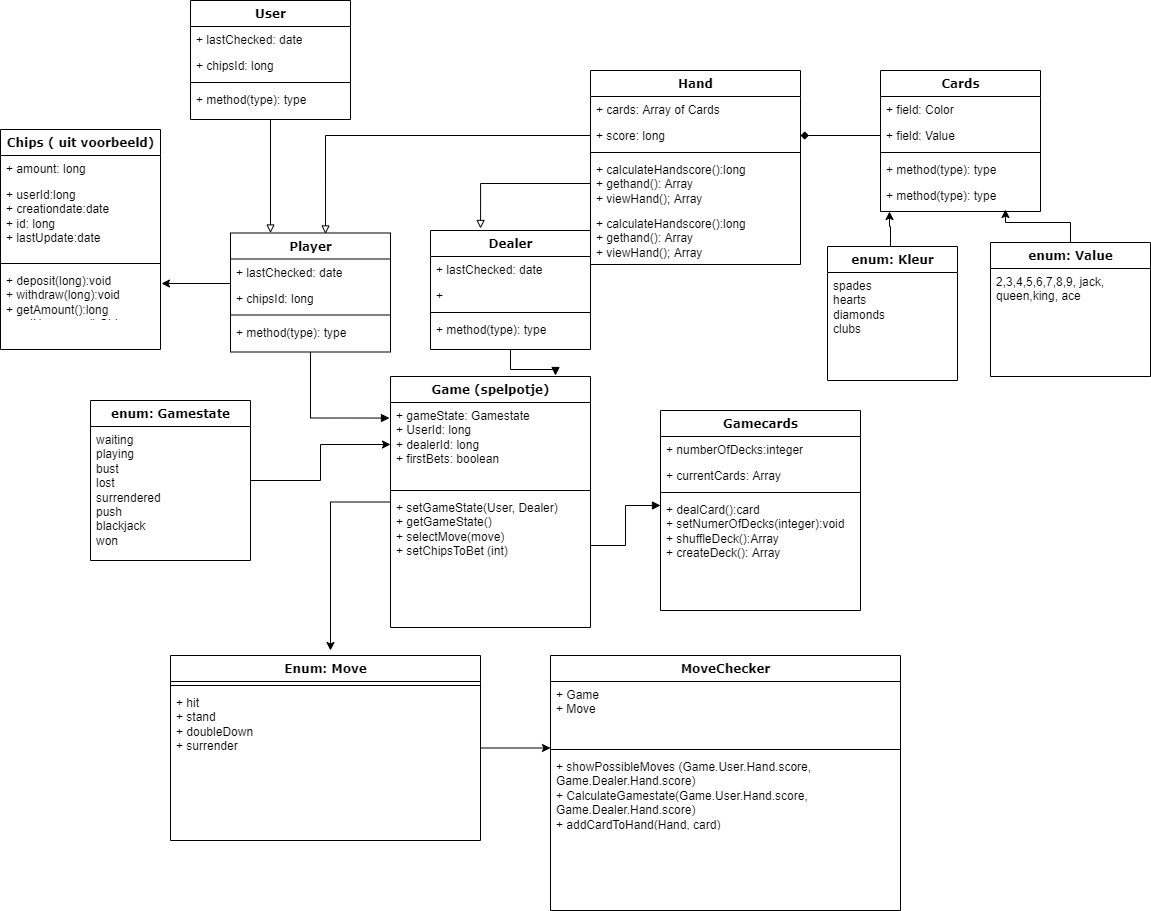
Above: diagrams/domainmodel_3.drawio.png in spook1/U_b2G_maven (draw.io), before the change. Source tidied: cells renumbered, new cells last; positions are measured from the earlier drawing's top-left corner, leaving out a move shared by most shapes.
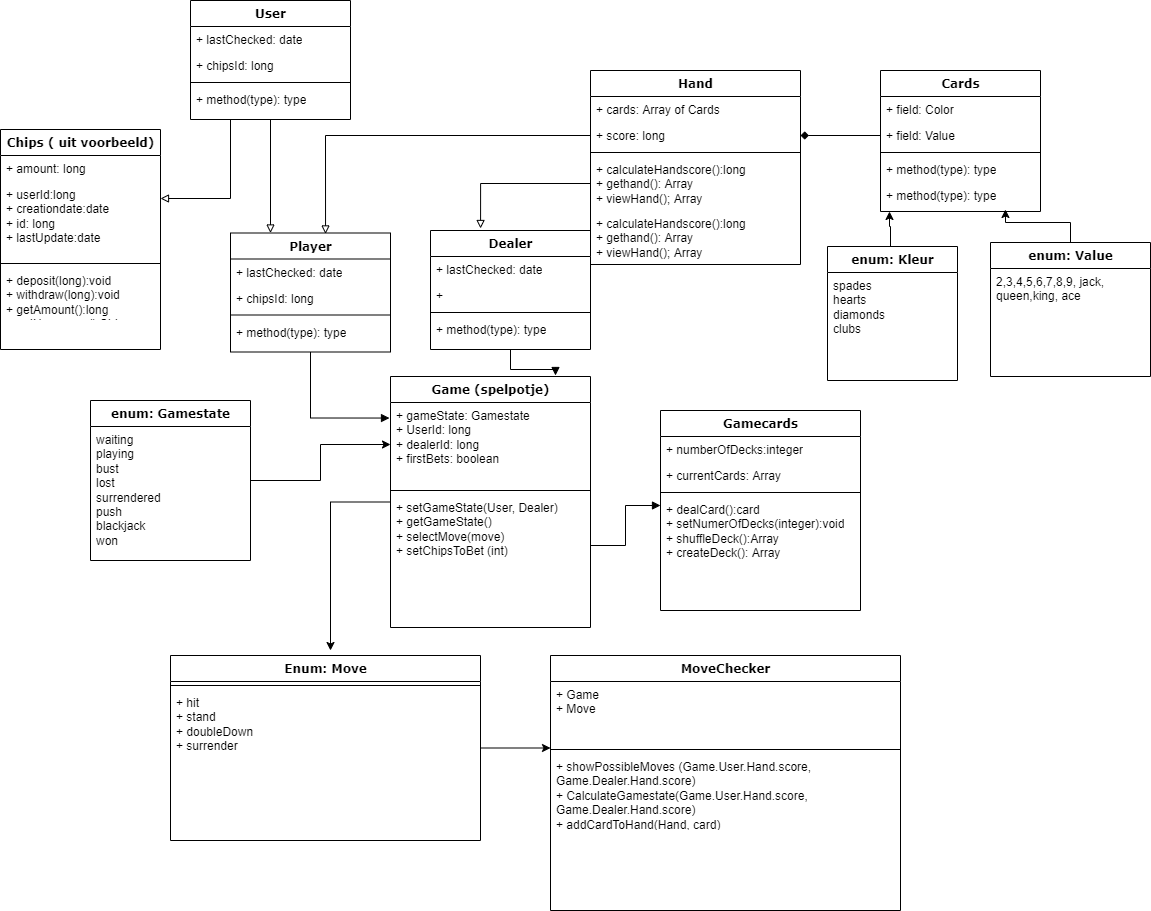
After the change.

Change to the diagram source:
```diff
@@ -132,14 +132,6 @@
     <mxCell id="41" value="+ showPossibleMoves (Game.User.Hand.score, Game.Dealer.Hand.score)&lt;br&gt;+ CalculateGamestate(Game.User.Hand.score, Game.Dealer.Hand.score)&lt;br&gt;+&amp;nbsp;addCardToHand(Hand, card)&lt;br&gt;+ takeChips(Chips, int)&lt;br&gt;+ addChips(Chips, int)" style="text;html=1;strokeColor=none;fillColor=none;align=left;verticalAlign=top;spacingLeft=4;spacingRight=4;whiteSpace=wrap;overflow=hidden;" parent="38" vertex="1">
       <mxGeometry y="98" width="350" height="74" as="geometry" />
     </mxCell>
-    <mxCell id="42" style="edgeStyle=orthogonalEdgeStyle;rounded=0;jettySize=auto;html=1;entryX=1.006;entryY=0.32;entryDx=0;entryDy=0;entryPerimeter=0;" parent="1" edge="1" source="44" target="6">
-      <mxGeometry relative="1" as="geometry">
-        <Array as="points">
-          <mxPoint x="240" y="283" />
-          <mxPoint x="240" y="283" />
-        </Array>
-      </mxGeometry>
-    </mxCell>
     <mxCell id="43" style="edgeStyle=orthogonalEdgeStyle;rounded=0;jettySize=auto;html=1;entryX=-0.005;entryY=0.185;entryDx=0;entryDy=0;entryPerimeter=0;endArrow=block;endFill=1;" parent="1" edge="1" source="44" target="9">
       <mxGeometry relative="1" as="geometry" />
     </mxCell>
@@ -199,6 +191,9 @@
     <mxCell id="61" style="edgeStyle=orthogonalEdgeStyle;rounded=0;jettySize=auto;html=1;exitX=0.5;exitY=1;exitDx=0;exitDy=0;entryX=0.25;entryY=0;entryDx=0;entryDy=0;endArrow=block;endFill=0;" parent="1" edge="1" source="62" target="44">
       <mxGeometry relative="1" as="geometry" />
     </mxCell>
+    <mxCell id="69" style="edgeStyle=orthogonalEdgeStyle;rounded=0;jettySize=auto;html=1;exitX=0.25;exitY=1;exitDx=0;exitDy=0;entryX=1;entryY=0.218;entryDx=0;entryDy=0;entryPerimeter=0;endArrow=block;endFill=0;" parent="1" edge="1" source="62" target="4">
+      <mxGeometry relative="1" as="geometry" />
+    </mxCell>
     <mxCell id="62" value="User" style="swimlane;html=1;fontStyle=1;align=center;verticalAlign=top;horizontal=1;startSize=26;swimlaneFillColor=#ffffff;rounded=0;shadow=0;comic=0;labelBackgroundColor=none;strokeWidth=1;fillColor=none;fontFamily=Verdana;fontSize=12;" parent="1" vertex="1">
       <mxGeometry x="190" width="160" height="119" as="geometry" />
     </mxCell>
```
